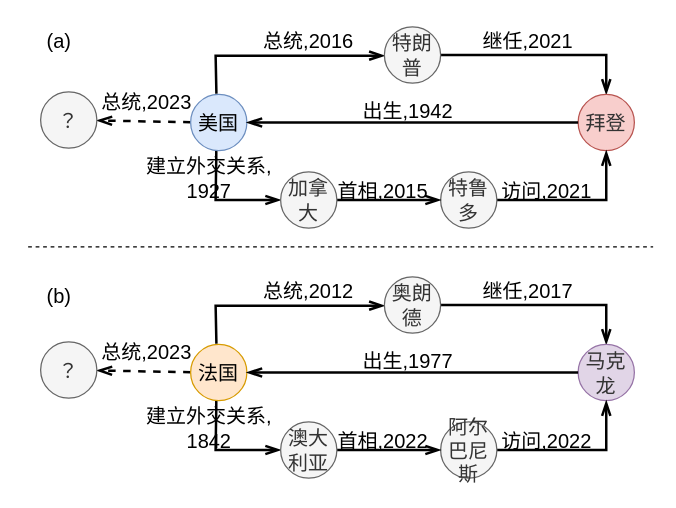
Earlier version of the draw.io diagram page "第 1 页" (3 of 6) of chp1.drawio (LNqwn/BISHE-GRAPH). Source tidied: cells renumbered, new cells numbered last; positions are measured from the earlier drawing's top-left corner, leaving out a move shared by most shapes. Both pictures are drawn from the tidied source at 125%, with x=0, y=0 at pixel (21, 21).
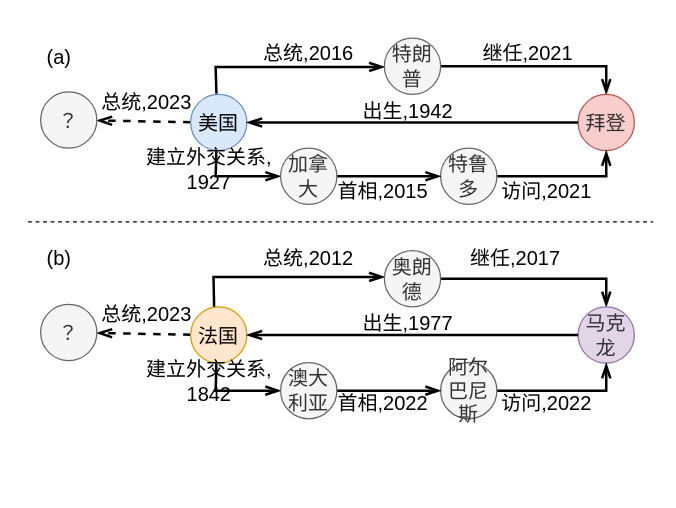
The same page after the edit.

The change refers to these unchanged cells:
```xml
<mxCell id="5" value="&lt;font&gt;美国&lt;/font&gt;" style="ellipse;whiteSpace=wrap;html=1;fillColor=#dae8fc;strokeColor=#6c8ebf;fontFamily=宋体;fontSize=16;" parent="1" vertex="1">
  <mxGeometry x="135" y="58" width="45" height="45" as="geometry" />
</mxCell>
```

Change to the diagram source:
```diff
@@
     <mxCell id="3" style="edgeStyle=orthogonalEdgeStyle;rounded=0;jettySize=auto;html=1;fontSize=16;startSize=8;endSize=8;exitX=0.458;exitY=-0.012;exitDx=0;exitDy=0;endArrow=openThin;endFill=0;strokeColor=#000000;strokeWidth=2;fontFamily=宋体;exitPerimeter=0;" parent="1" edge="1" source="5" target="7">
       <mxGeometry relative="1" as="geometry">
         <Array as="points">
           <mxPoint x="156" y="56" />
           <mxPoint x="155" y="56" />
-          <mxPoint x="155" y="27" />
+          <mxPoint x="155" y="36" />
         </Array>
       </mxGeometry>
     </mxCell>
     <mxCell id="4" style="edgeStyle=orthogonalEdgeStyle;rounded=0;jettySize=auto;html=1;entryX=0;entryY=0.5;entryDx=0;entryDy=0;fontSize=16;startSize=8;endSize=8;endArrow=openThin;endFill=0;strokeColor=#000000;strokeWidth=2;fontFamily=宋体;exitX=0.456;exitY=0.973;exitDx=0;exitDy=0;exitPerimeter=0;" parent="1" edge="1" source="5" target="12">
       <mxGeometry relative="1" as="geometry">
         <Array as="points">
-          <mxPoint x="156" y="110" />
           <mxPoint x="155" y="110" />
-          <mxPoint x="155" y="143" />
+          <mxPoint x="155" y="127" />
         </Array>
       </mxGeometry>
     </mxCell>
@@
     <mxCell id="7" value="&lt;span style=&quot;color: rgb(51, 51, 51); text-align: start;&quot;&gt;&lt;font&gt;特朗普&lt;/font&gt;&lt;/span&gt;" style="ellipse;whiteSpace=wrap;html=1;fillColor=#f5f5f5;strokeColor=#666666;fontFamily=宋体;fontSize=16;fontColor=#333333;" parent="1" vertex="1">
-      <mxGeometry x="290" y="4" width="45" height="45" as="geometry" />
+      <mxGeometry x="290" y="13" width="45" height="45" as="geometry" />
     </mxCell>
@@
     <mxCell id="10" value="&lt;span style=&quot;color: rgb(51, 51, 51); text-align: start;&quot;&gt;&lt;font&gt;特鲁多&lt;/font&gt;&lt;/span&gt;" style="ellipse;whiteSpace=wrap;html=1;fontFamily=宋体;fontSize=16;fillColor=#f5f5f5;fontColor=#333333;strokeColor=#666666;" parent="1" vertex="1">
-      <mxGeometry x="335" y="120" width="45" height="45" as="geometry" />
+      <mxGeometry x="335" y="101" width="45" height="45" as="geometry" />
     </mxCell>
@@
     <mxCell id="12" value="&lt;font&gt;加拿大&lt;/font&gt;" style="ellipse;whiteSpace=wrap;html=1;fillColor=#f5f5f5;strokeColor=#666666;fontColor=#333333;fontFamily=宋体;fontSize=16;" parent="1" vertex="1">
-      <mxGeometry x="207" y="120" width="45" height="45" as="geometry" />
+      <mxGeometry x="207" y="101" width="45" height="45" as="geometry" />
     </mxCell>
@@
     <mxCell id="14" value="&lt;font&gt;总统,2016&lt;/font&gt;" style="text;html=1;align=center;verticalAlign=middle;whiteSpace=wrap;rounded=0;fontSize=16;fontFamily=宋体;" parent="1" vertex="1">
-      <mxGeometry x="191" width="77" height="30" as="geometry" />
+      <mxGeometry x="191" y="10" width="77" height="30" as="geometry" />
     </mxCell>
     <mxCell id="15" value="&lt;font&gt;继任,2021&lt;/font&gt;" style="text;html=1;align=center;verticalAlign=middle;whiteSpace=wrap;rounded=0;fontSize=16;fontFamily=宋体;" parent="1" vertex="1">
-      <mxGeometry x="365" width="80" height="30" as="geometry" />
+      <mxGeometry x="365" y="10" width="80" height="30" as="geometry" />
     </mxCell>
@@
     <mxCell id="17" value="&lt;div&gt;&lt;font&gt;&lt;span style=&quot;white-space: pre;&quot;&gt;建立外交关系&lt;/span&gt;,&lt;/font&gt;&lt;/div&gt;&lt;div&gt;&lt;font&gt;1927&lt;/font&gt;&lt;/div&gt;" style="text;html=1;align=center;verticalAlign=middle;whiteSpace=wrap;rounded=0;fontSize=16;fontFamily=宋体;" parent="1" vertex="1">
-      <mxGeometry x="120" y="110" width="60" height="30" as="geometry" />
+      <mxGeometry x="120" y="103" width="60" height="30" as="geometry" />
     </mxCell>
@@
-    <mxCell id="23" style="edgeStyle=orthogonalEdgeStyle;rounded=0;jettySize=auto;html=1;fontSize=16;startSize=8;endSize=8;exitX=0.458;exitY=-0.012;exitDx=0;exitDy=0;endArrow=openThin;endFill=0;strokeColor=#000000;strokeWidth=2;fontFamily=宋体;exitPerimeter=0;" parent="1" edge="1" source="25" target="27">
+    <mxCell id="23" style="edgeStyle=orthogonalEdgeStyle;rounded=0;orthogonalLoop=1;jettySize=auto;html=1;fontSize=16;startSize=8;endSize=8;exitX=0.458;exitY=-0.012;exitDx=0;exitDy=0;endArrow=openThin;endFill=0;strokeColor=#000000;strokeWidth=2;fontFamily=宋体;exitPerimeter=0;" parent="1" edge="1">
       <mxGeometry relative="1" as="geometry">
+        <mxPoint x="153.9" y="234.5" as="sourcePoint" />
+        <mxPoint x="290" y="204" as="targetPoint" />
         <Array as="points">
-          <mxPoint x="156" y="256" />
-          <mxPoint x="155" y="256" />
-          <mxPoint x="155" y="227" />
+          <mxPoint x="154.3" y="233" />
+          <mxPoint x="153.3" y="233" />
+          <mxPoint x="153.3" y="204" />
         </Array>
       </mxGeometry>
     </mxCell>
     <mxCell id="24" style="edgeStyle=orthogonalEdgeStyle;rounded=0;jettySize=auto;html=1;entryX=0;entryY=0.5;entryDx=0;entryDy=0;fontSize=16;startSize=8;endSize=8;endArrow=openThin;endFill=0;strokeColor=#000000;strokeWidth=2;fontFamily=宋体;exitX=0.456;exitY=0.973;exitDx=0;exitDy=0;exitPerimeter=0;" parent="1" edge="1" source="25" target="32">
       <mxGeometry relative="1" as="geometry">
         <Array as="points">
-          <mxPoint x="156" y="310" />
-          <mxPoint x="155" y="310" />
-          <mxPoint x="155" y="343" />
+          <mxPoint x="155" y="280" />
+          <mxPoint x="155" y="295" />
         </Array>
       </mxGeometry>
     </mxCell>
     <mxCell id="25" value="&lt;font&gt;法国&lt;/font&gt;" style="ellipse;whiteSpace=wrap;html=1;fillColor=#ffe6cc;strokeColor=#d79b00;fontFamily=宋体;fontSize=16;" parent="1" vertex="1">
-      <mxGeometry x="135" y="258" width="45" height="45" as="geometry" />
+      <mxGeometry x="135" y="228" width="45" height="45" as="geometry" />
     </mxCell>
@@
     <mxCell id="27" value="&lt;span style=&quot;color: rgb(51, 51, 51); text-align: start;&quot;&gt;&lt;font&gt;奥朗德&lt;/font&gt;&lt;/span&gt;" style="ellipse;whiteSpace=wrap;html=1;fillColor=#f5f5f5;strokeColor=#666666;fontFamily=宋体;fontSize=16;fontColor=#333333;" parent="1" vertex="1">
-      <mxGeometry x="290" y="204" width="45" height="45" as="geometry" />
+      <mxGeometry x="290" y="183" width="45" height="45" as="geometry" />
     </mxCell>
     <mxCell id="28" value="&lt;span style=&quot;color: rgb(51, 51, 51); text-align: start;&quot;&gt;&lt;font&gt;马克龙&lt;/font&gt;&lt;/span&gt;" style="ellipse;whiteSpace=wrap;html=1;fillColor=#e1d5e7;strokeColor=#9673a6;fontFamily=宋体;fontSize=16;" parent="1" vertex="1">
-      <mxGeometry x="445" y="258" width="45" height="45" as="geometry" />
+      <mxGeometry x="445" y="228" width="45" height="45" as="geometry" />
     </mxCell>
@@
     <mxCell id="30" value="&lt;span style=&quot;color: rgb(51, 51, 51); text-align: start;&quot;&gt;&lt;font&gt;阿尔巴尼斯&lt;/font&gt;&lt;/span&gt;" style="ellipse;whiteSpace=wrap;html=1;fillColor=#f5f5f5;strokeColor=#666666;fontFamily=宋体;fontSize=16;fontColor=#333333;" parent="1" vertex="1">
-      <mxGeometry x="335" y="320" width="45" height="45" as="geometry" />
+      <mxGeometry x="335" y="272.5" width="45" height="45" as="geometry" />
     </mxCell>
@@
     <mxCell id="32" value="&lt;font&gt;澳大利亚&lt;/font&gt;" style="ellipse;whiteSpace=wrap;html=1;fillColor=#f5f5f5;strokeColor=#666666;fontColor=#333333;fontFamily=宋体;fontSize=16;" parent="1" vertex="1">
-      <mxGeometry x="207" y="320" width="45" height="45" as="geometry" />
+      <mxGeometry x="207" y="272.5" width="45" height="45" as="geometry" />
     </mxCell>
     <mxCell id="33" value="？" style="ellipse;whiteSpace=wrap;html=1;fillColor=#f5f5f5;fontColor=#333333;strokeColor=#666666;fontFamily=Times New Roman;fontSize=16;" parent="1" vertex="1">
-      <mxGeometry x="15" y="256" width="45" height="45" as="geometry" />
+      <mxGeometry x="15" y="226" width="45" height="45" as="geometry" />
     </mxCell>
     <mxCell id="34" value="&lt;font&gt;总统,2012&lt;/font&gt;" style="text;html=1;align=center;verticalAlign=middle;whiteSpace=wrap;rounded=0;fontSize=16;fontFamily=宋体;" parent="1" vertex="1">
-      <mxGeometry x="191" y="200" width="77" height="30" as="geometry" />
+      <mxGeometry x="191" y="174" width="77" height="30" as="geometry" />
     </mxCell>
     <mxCell id="35" value="&lt;font&gt;继任,2017&lt;/font&gt;" style="text;html=1;align=center;verticalAlign=middle;whiteSpace=wrap;rounded=0;fontSize=16;fontFamily=宋体;" parent="1" vertex="1">
-      <mxGeometry x="365" y="200" width="80" height="30" as="geometry" />
+      <mxGeometry x="355" y="174" width="80" height="30" as="geometry" />
     </mxCell>
     <mxCell id="36" value="&lt;font&gt;出生,1977&lt;/font&gt;" style="text;html=1;align=center;verticalAlign=middle;whiteSpace=wrap;rounded=0;fontSize=16;fontFamily=宋体;" parent="1" vertex="1">
-      <mxGeometry x="252" y="256" width="114" height="30" as="geometry" />
+      <mxGeometry x="252" y="226" width="114" height="30" as="geometry" />
     </mxCell>
     <mxCell id="37" value="&lt;div&gt;&lt;font&gt;&lt;span style=&quot;white-space: pre;&quot;&gt;建立外交关系&lt;/span&gt;,&lt;/font&gt;&lt;/div&gt;&lt;div&gt;&lt;font&gt;1842&lt;/font&gt;&lt;/div&gt;" style="text;html=1;align=center;verticalAlign=middle;whiteSpace=wrap;rounded=0;fontSize=16;fontFamily=宋体;" parent="1" vertex="1">
-      <mxGeometry x="120" y="310" width="60" height="30" as="geometry" />
+      <mxGeometry x="120" y="273" width="60" height="30" as="geometry" />
     </mxCell>
     <mxCell id="38" value="&lt;font&gt;首相,2022&lt;/font&gt;" style="text;html=1;align=center;verticalAlign=middle;whiteSpace=wrap;rounded=0;fontSize=16;fontFamily=宋体;" parent="1" vertex="1">
-      <mxGeometry x="237" y="320" width="104" height="30" as="geometry" />
+      <mxGeometry x="237" y="290" width="104" height="30" as="geometry" />
     </mxCell>
     <mxCell id="39" value="&lt;font&gt;访问,2022&lt;/font&gt;" style="text;html=1;align=center;verticalAlign=middle;whiteSpace=wrap;rounded=0;fontSize=16;fontFamily=宋体;" parent="1" vertex="1">
-      <mxGeometry x="380" y="320" width="80" height="30" as="geometry" />
+      <mxGeometry x="380" y="290" width="80" height="30" as="geometry" />
     </mxCell>
     <mxCell id="40" value="&lt;font&gt;总统,2023&lt;/font&gt;" style="text;html=1;align=center;verticalAlign=middle;whiteSpace=wrap;rounded=0;fontSize=16;fontFamily=宋体;" parent="1" vertex="1">
-      <mxGeometry x="60" y="249" width="80" height="30" as="geometry" />
+      <mxGeometry x="60" y="219" width="80" height="30" as="geometry" />
     </mxCell>
@@
     <mxCell id="42" style="endArrow=none;dashed=1;html=1;rounded=0;" parent="1" edge="1">
       <mxGeometry relative="1" as="geometry">
-        <mxPoint x="5" y="180" as="sourcePoint" />
-        <mxPoint x="505" y="180" as="targetPoint" />
+        <mxPoint x="5" y="160" as="sourcePoint" />
+        <mxPoint x="505" y="160" as="targetPoint" />
       </mxGeometry>
     </mxCell>
     <mxCell id="43" value="&lt;font style=&quot;font-size: 16px;&quot;&gt;(a)&lt;/font&gt;" style="text;html=1;align=center;verticalAlign=middle;whiteSpace=wrap;rounded=0;fontFamily=Helvetica;fontSize=11;fontColor=default;labelBackgroundColor=none;" parent="1" vertex="1">
-      <mxGeometry width="60" height="30" as="geometry" />
+      <mxGeometry y="13" width="60" height="30" as="geometry" />
     </mxCell>
     <mxCell id="44" value="&lt;font style=&quot;font-size: 16px;&quot;&gt;(b)&lt;/font&gt;" style="text;html=1;align=center;verticalAlign=middle;whiteSpace=wrap;rounded=0;fontFamily=Helvetica;fontSize=11;fontColor=default;labelBackgroundColor=none;" parent="1" vertex="1">
-      <mxGeometry y="204" width="60" height="30" as="geometry" />
+      <mxGeometry y="174" width="60" height="30" as="geometry" />
     </mxCell>
```
